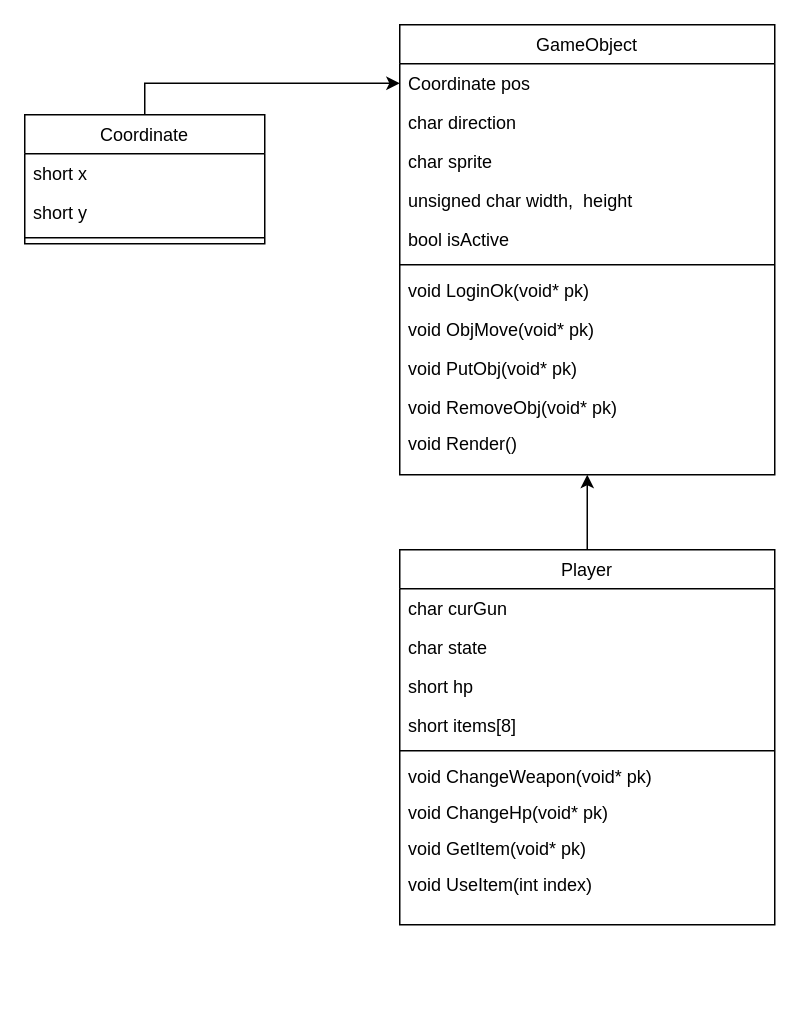
Earlier version of the draw.io diagram client_class_diagram.drawio (kakik/agari). Source tidied: cells renumbered, new cells numbered last; positions are measured from the earlier drawing's top-left corner, leaving out a move shared by most shapes. Both pictures are drawn from the tidied source at 150%, with x=0, y=0 at pixel (24, 24).
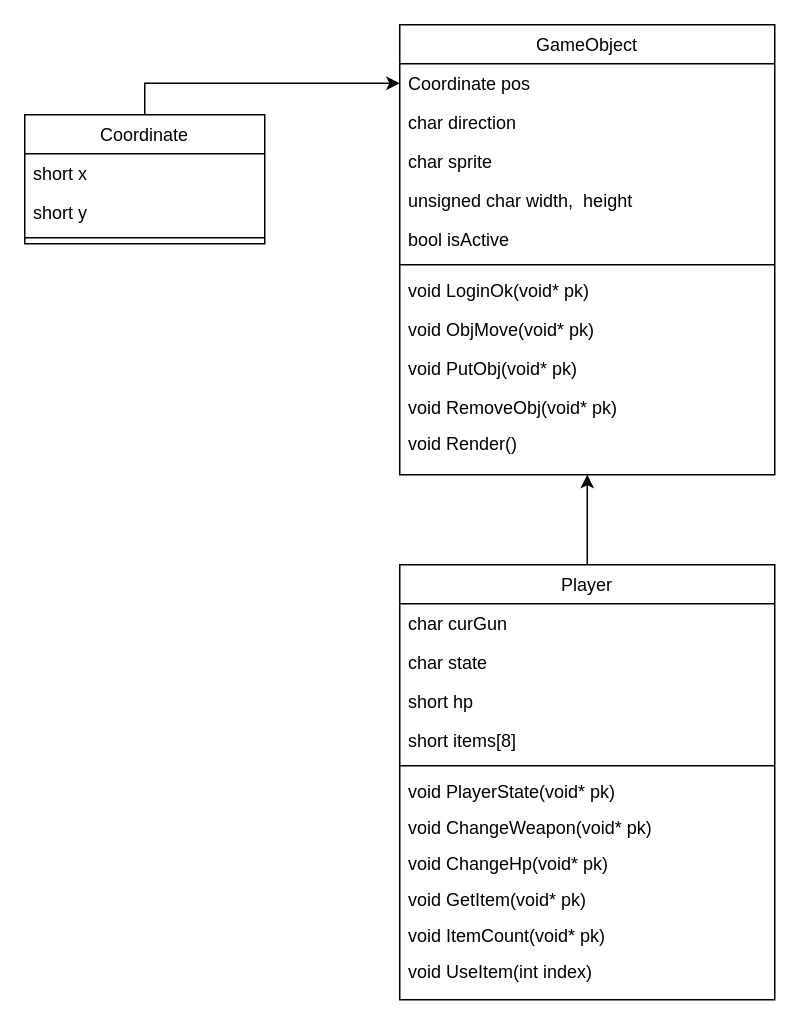
The same page after the edit.

Commit message (it also covers changes not shown here):
client_class_diagram 수정 / client method 파일 추가 - 병합바람

Change to the diagram source:
```diff
@@
     <mxCell id="3" value="Player" style="swimlane;fontStyle=0;align=center;verticalAlign=top;horizontal=1;startSize=26;rounded=0;shadow=0;strokeWidth=1;" parent="1" vertex="1">
-      <mxGeometry x="250" y="350" width="250" height="250" as="geometry" />
+      <mxGeometry x="250" y="360" width="250" height="290" as="geometry" />
     </mxCell>
@@
+    <mxCell id="30" value="void PlayerState(void* pk)" style="text;align=left;verticalAlign=top;spacingLeft=4;spacingRight=4;overflow=hidden;rounded=0;shadow=0;html=0;" parent="3" vertex="1">
+      <mxGeometry y="138" width="250" height="24" as="geometry" />
+    </mxCell>
     <mxCell id="9" value="void ChangeWeapon(void* pk)" style="text;align=left;verticalAlign=top;spacingLeft=4;spacingRight=4;overflow=hidden;rounded=0;shadow=0;html=0;" parent="3" vertex="1">
-      <mxGeometry y="138" width="250" height="24" as="geometry" />
+      <mxGeometry y="162" width="250" height="24" as="geometry" />
     </mxCell>
     <mxCell id="10" value="void ChangeHp(void* pk)" style="text;align=left;verticalAlign=top;spacingLeft=4;spacingRight=4;overflow=hidden;rounded=0;shadow=0;html=0;" parent="3" vertex="1">
-      <mxGeometry y="162" width="250" height="24" as="geometry" />
+      <mxGeometry y="186" width="250" height="24" as="geometry" />
     </mxCell>
     <mxCell id="11" value="void GetItem(void* pk)" style="text;align=left;verticalAlign=top;spacingLeft=4;spacingRight=4;overflow=hidden;rounded=0;shadow=0;html=0;" parent="3" vertex="1">
-      <mxGeometry y="186" width="250" height="24" as="geometry" />
+      <mxGeometry y="210" width="250" height="24" as="geometry" />
     </mxCell>
+    <mxCell id="31" value="void ItemCount(void* pk)" style="text;align=left;verticalAlign=top;spacingLeft=4;spacingRight=4;overflow=hidden;rounded=0;shadow=0;html=0;" parent="3" vertex="1">
+      <mxGeometry y="234" width="250" height="24" as="geometry" />
+    </mxCell>
     <mxCell id="12" value="void UseItem(int index)" style="text;align=left;verticalAlign=top;spacingLeft=4;spacingRight=4;overflow=hidden;fontStyle=0;" parent="3" vertex="1">
-      <mxGeometry y="210" width="250" height="26" as="geometry" />
+      <mxGeometry y="258" width="250" height="26" as="geometry" />
     </mxCell>
```
